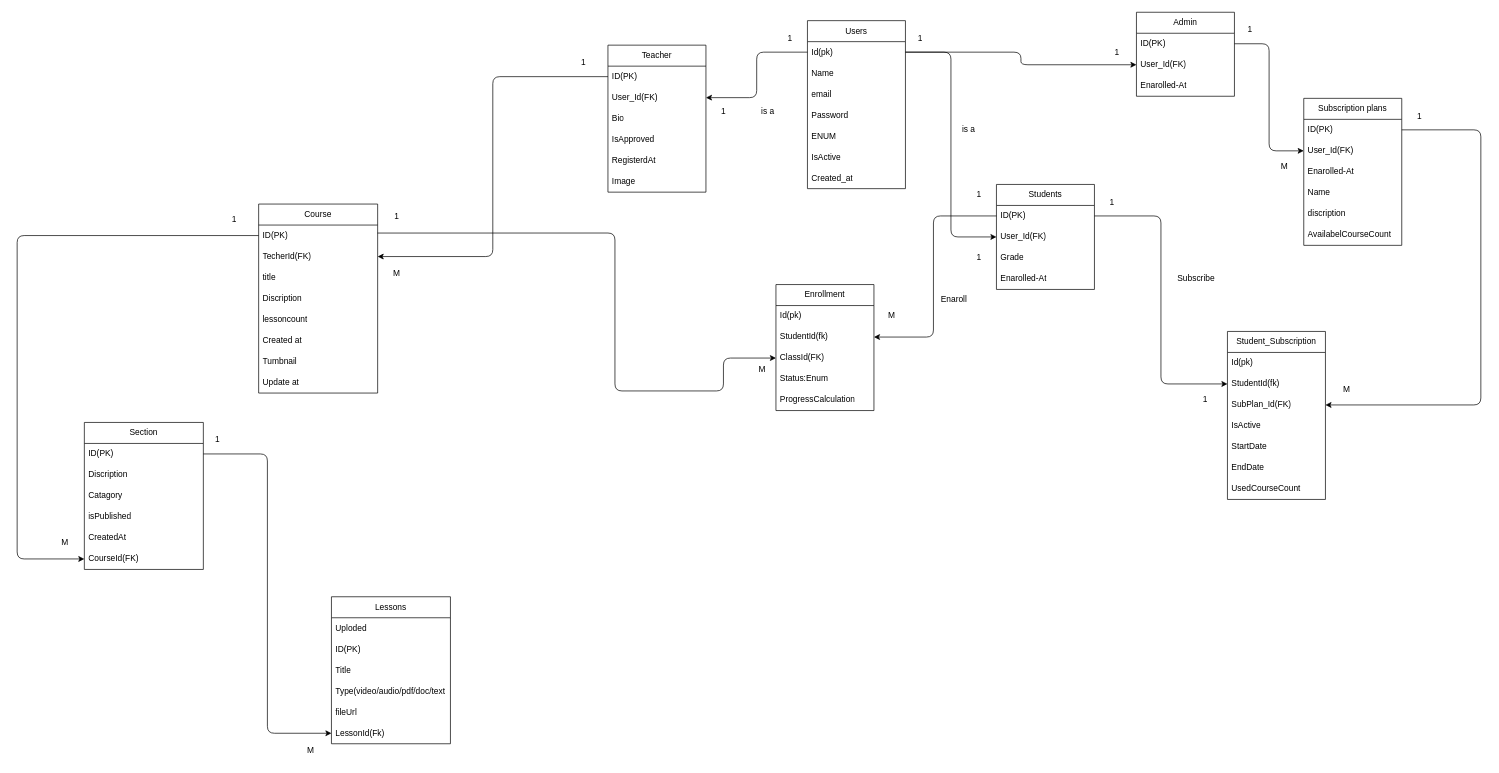
The draw.io diagram lms.dio in Nalin-Sandaruwan/LMS, before the edit. Source tidied: cells renumbered, new cells numbered last; positions are measured from the earlier drawing's top-left corner, leaving out a move shared by most shapes. Both pictures are drawn from the tidied source at 70%, with x=0, y=0 at pixel (17, 12).
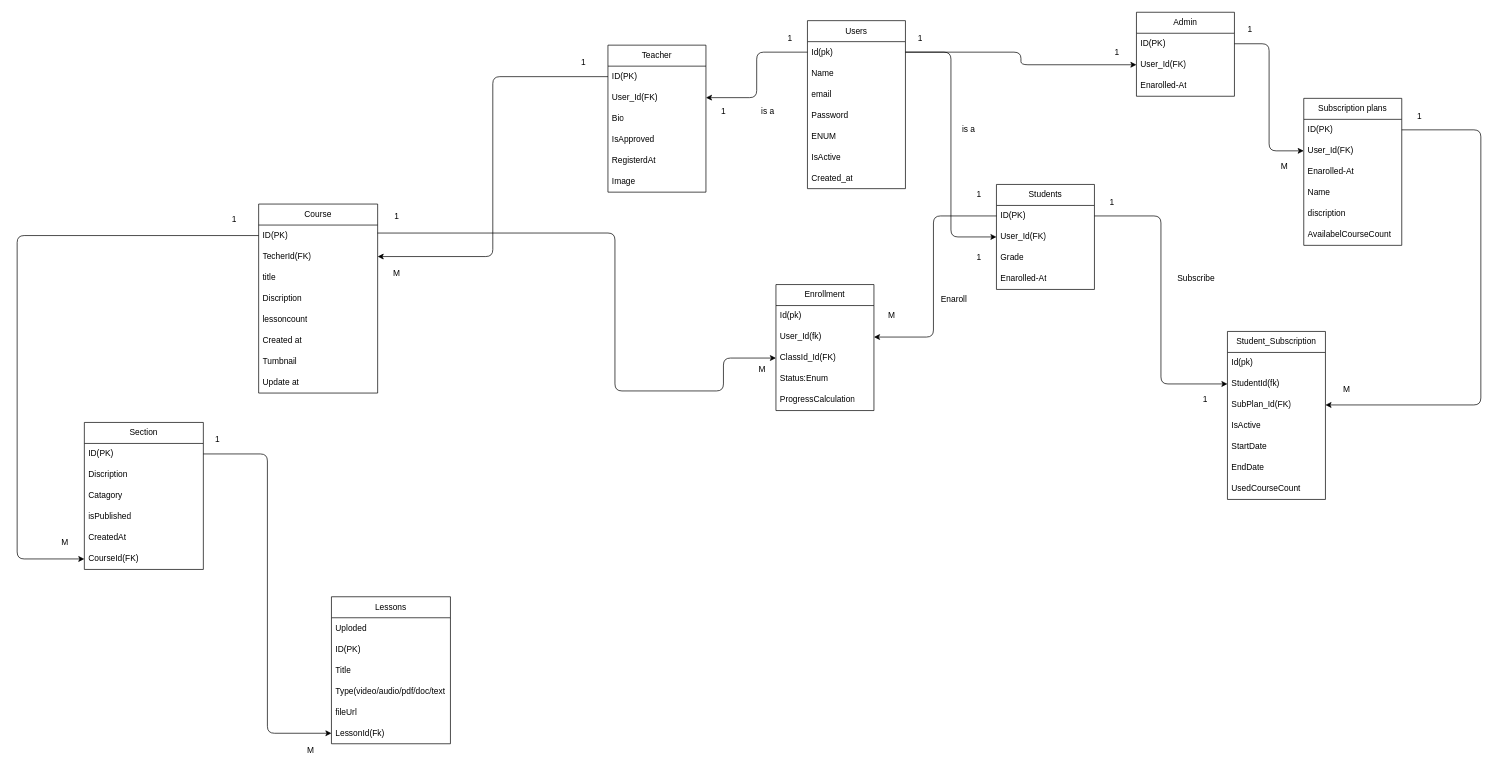
After the change.

The change refers to these unchanged cells:
```xml
<mxCell id="44" value="Enrollment" style="swimlane;fontStyle=0;horizontal=1;startSize=30;whiteSpace=wrap;html=1;" parent="2" vertex="1">
  <mxGeometry x="1084" y="389" width="140" height="180" as="geometry" />
</mxCell>
```

The edit, as a diff of the source:
```diff
@@
-    <mxCell id="46" value="StudentId(fk)" style="text;strokeColor=none;fillColor=none;align=left;verticalAlign=middle;spacingLeft=4;spacingRight=4;overflow=hidden;points=[[0,0.5],[1,0.5]];portConstraint=eastwest;whiteSpace=wrap;html=1;" parent="44" vertex="1">
+    <mxCell id="46" value="User_Id(fk)" style="text;strokeColor=none;fillColor=none;align=left;verticalAlign=middle;spacingLeft=4;spacingRight=4;overflow=hidden;points=[[0,0.5],[1,0.5]];portConstraint=eastwest;whiteSpace=wrap;html=1;" parent="44" vertex="1">
       <mxGeometry y="60" width="140" height="30" as="geometry" />
     </mxCell>
-    <mxCell id="47" value="ClassId(FK)" style="text;strokeColor=none;fillColor=none;align=left;verticalAlign=middle;spacingLeft=4;spacingRight=4;overflow=hidden;points=[[0,0.5],[1,0.5]];portConstraint=eastwest;whiteSpace=wrap;html=1;" parent="44" vertex="1">
+    <mxCell id="47" value="ClassId_Id(FK)" style="text;strokeColor=none;fillColor=none;align=left;verticalAlign=middle;spacingLeft=4;spacingRight=4;overflow=hidden;points=[[0,0.5],[1,0.5]];portConstraint=eastwest;whiteSpace=wrap;html=1;" parent="44" vertex="1">
       <mxGeometry y="90" width="140" height="30" as="geometry" />
     </mxCell>
```
